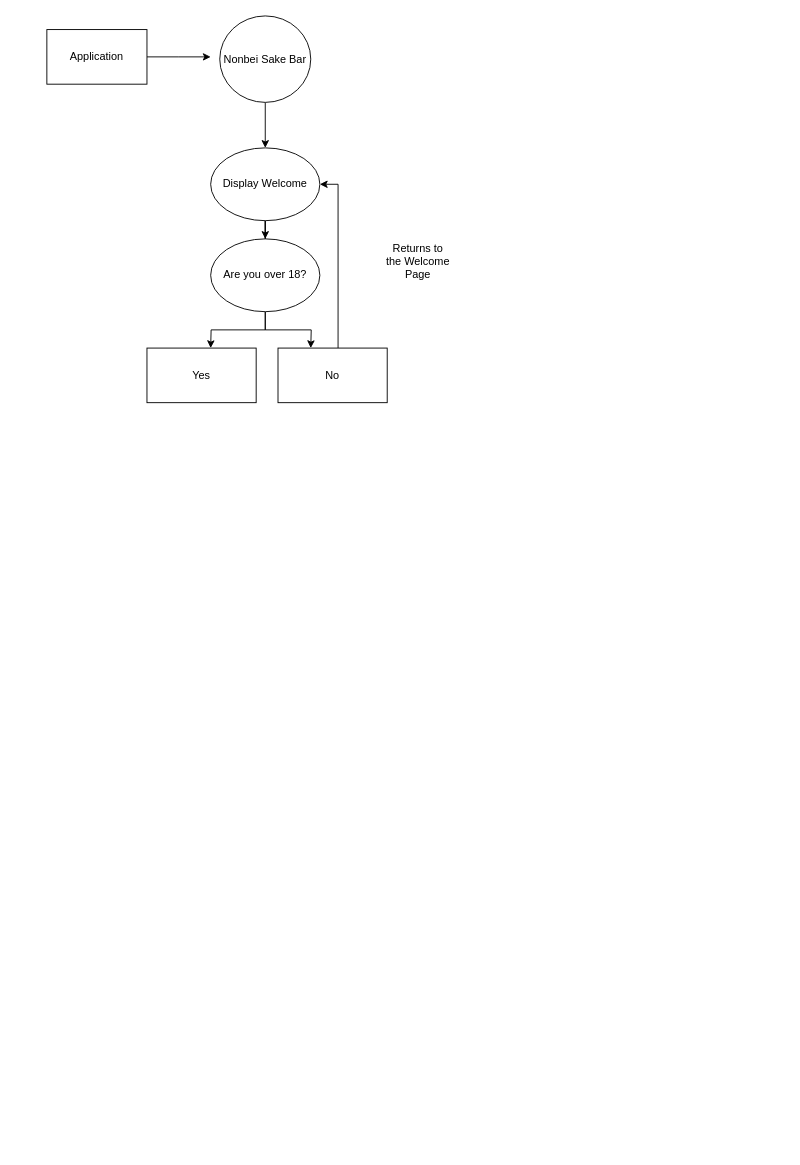
This is nonbei_sake_bar.drawio from mattty-t/nonbei_sake_bar, a draw.io file, before an edit. Source tidied: cells renumbered, new cells numbered last; positions are measured from the earlier drawing's top-left corner, leaving out a move shared by most shapes. Both pictures are drawn from the tidied source at 91%, with x=0, y=0 at pixel (46, 15).
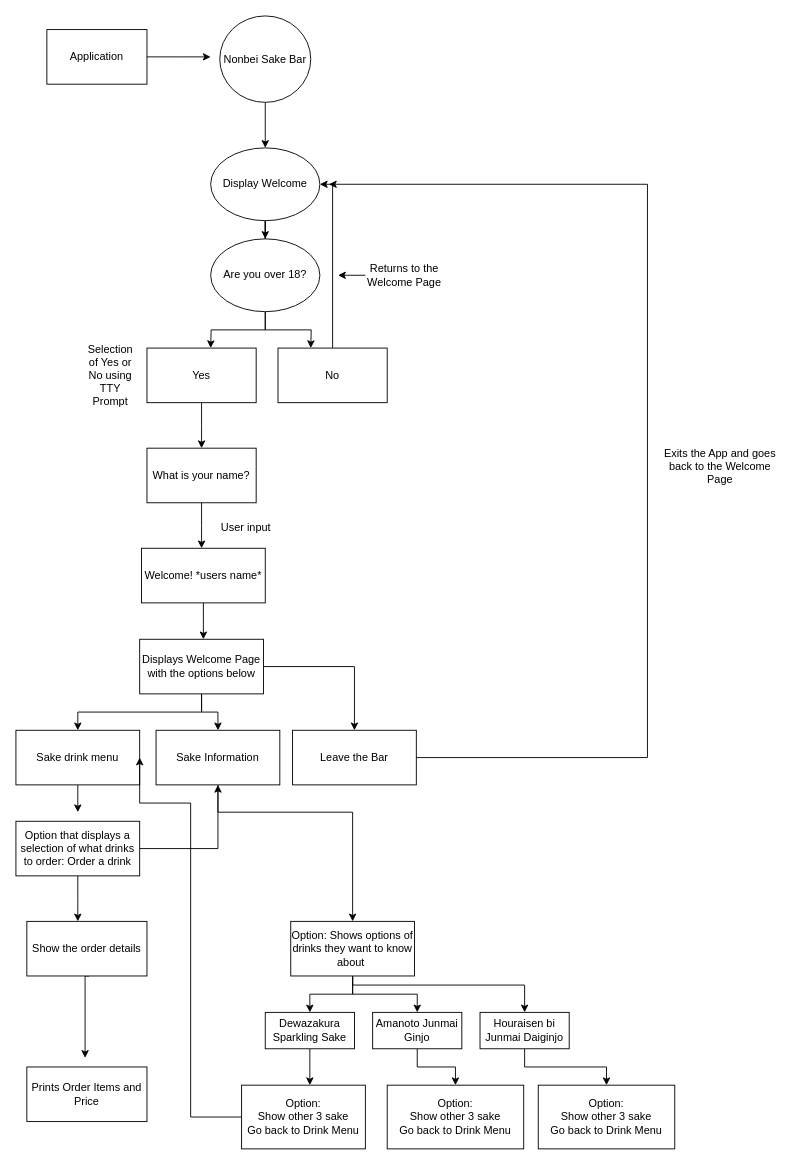
After the change.

Unchanged cells that the change refers to:
```xml
<mxCell id="7" value="Display Welcome" style="ellipse;whiteSpace=wrap;html=1;" parent="1" vertex="1">
  <mxGeometry x="180" y="145" width="120" height="80" as="geometry" />
</mxCell>
<mxCell id="11" value="Yes" style="rounded=0;whiteSpace=wrap;html=1;" parent="1" vertex="1">
  <mxGeometry x="110" y="365" width="120" height="60" as="geometry" />
</mxCell>
<mxCell id="13" value="No" style="rounded=0;whiteSpace=wrap;html=1;" parent="1" vertex="1">
  <mxGeometry x="254" y="365" width="120" height="60" as="geometry" />
</mxCell>
```

The edit, as a diff of the source:
```diff
@@
+    <mxCell id="15" style="edgeStyle=orthogonalEdgeStyle;rounded=0;jettySize=auto;html=1;" parent="1" edge="1" source="11">
+      <mxGeometry relative="1" as="geometry">
+        <mxPoint x="170" y="475" as="targetPoint" />
+      </mxGeometry>
+    </mxCell>
@@
-    <mxCell id="12" style="edgeStyle=orthogonalEdgeStyle;rounded=0;jettySize=auto;html=1;entryX=1;entryY=0.5;entryDx=0;entryDy=0;" parent="1" edge="1" source="13" target="7">
+    <mxCell id="12" style="edgeStyle=orthogonalEdgeStyle;rounded=0;jettySize=auto;html=1;" parent="1" edge="1" source="13" target="7">
       <mxGeometry relative="1" as="geometry">
         <Array as="points">
-          <mxPoint x="320" y="185" />
+          <mxPoint x="314" y="185" />
         </Array>
       </mxGeometry>
     </mxCell>
@@
+    <mxCell id="16" style="edgeStyle=orthogonalEdgeStyle;rounded=0;jettySize=auto;html=1;" parent="1" edge="1" source="14">
+      <mxGeometry relative="1" as="geometry">
+        <mxPoint x="320" y="285" as="targetPoint" />
+      </mxGeometry>
+    </mxCell>
     <mxCell id="14" value="Returns to the Welcome Page" style="text;html=1;strokeColor=none;fillColor=none;align=center;verticalAlign=middle;whiteSpace=wrap;rounded=0;" parent="1" vertex="1">
-      <mxGeometry x="370" y="255" width="76" height="30" as="geometry" />
+      <mxGeometry x="350" y="270" width="86" height="30" as="geometry" />
     </mxCell>
+    <mxCell id="17" style="edgeStyle=orthogonalEdgeStyle;rounded=0;jettySize=auto;html=1;" parent="1" edge="1" source="18">
+      <mxGeometry relative="1" as="geometry">
+        <mxPoint x="170" y="585" as="targetPoint" />
+      </mxGeometry>
+    </mxCell>
+    <mxCell id="18" value="What is your name?" style="rounded=0;whiteSpace=wrap;html=1;" parent="1" vertex="1">
+      <mxGeometry x="110" y="475" width="120" height="60" as="geometry" />
+    </mxCell>
+    <mxCell id="19" style="edgeStyle=orthogonalEdgeStyle;rounded=0;jettySize=auto;html=1;" parent="1" edge="1" source="20">
+      <mxGeometry relative="1" as="geometry">
+        <mxPoint x="172" y="685" as="targetPoint" />
+      </mxGeometry>
+    </mxCell>
+    <mxCell id="20" value="Welcome! *users name*" style="rounded=0;whiteSpace=wrap;html=1;" parent="1" vertex="1">
+      <mxGeometry x="104" y="585" width="136" height="60" as="geometry" />
+    </mxCell>
+    <mxCell id="21" style="edgeStyle=orthogonalEdgeStyle;rounded=0;jettySize=auto;html=1;entryX=0.5;entryY=0;entryDx=0;entryDy=0;" parent="1" edge="1" source="24" target="26">
+      <mxGeometry relative="1" as="geometry" />
+    </mxCell>
+    <mxCell id="22" style="edgeStyle=orthogonalEdgeStyle;rounded=0;jettySize=auto;html=1;entryX=0.5;entryY=0;entryDx=0;entryDy=0;" parent="1" edge="1" source="24" target="28">
+      <mxGeometry relative="1" as="geometry" />
+    </mxCell>
+    <mxCell id="23" style="edgeStyle=orthogonalEdgeStyle;rounded=0;jettySize=auto;html=1;" parent="1" edge="1" source="24" target="30">
+      <mxGeometry relative="1" as="geometry" />
+    </mxCell>
+    <mxCell id="24" value="Displays Welcome Page with the options below" style="rounded=0;whiteSpace=wrap;html=1;" parent="1" vertex="1">
+      <mxGeometry x="102" y="685" width="136" height="60" as="geometry" />
+    </mxCell>
+    <mxCell id="25" style="edgeStyle=orthogonalEdgeStyle;rounded=0;jettySize=auto;html=1;" parent="1" edge="1" source="26">
+      <mxGeometry relative="1" as="geometry">
+        <mxPoint x="34" y="875" as="targetPoint" />
+      </mxGeometry>
+    </mxCell>
+    <mxCell id="26" value="Sake drink menu" style="rounded=0;whiteSpace=wrap;html=1;" parent="1" vertex="1">
+      <mxGeometry x="-34" y="785" width="136" height="60" as="geometry" />
+    </mxCell>
+    <mxCell id="27" style="edgeStyle=orthogonalEdgeStyle;rounded=0;jettySize=auto;html=1;entryX=0.5;entryY=0;entryDx=0;entryDy=0;" parent="1" edge="1" source="28" target="42">
+      <mxGeometry relative="1" as="geometry">
+        <Array as="points">
+          <mxPoint x="188" y="875" />
+          <mxPoint x="336" y="875" />
+        </Array>
+      </mxGeometry>
+    </mxCell>
+    <mxCell id="28" value="Sake Information" style="rounded=0;whiteSpace=wrap;html=1;" parent="1" vertex="1">
+      <mxGeometry x="120" y="785" width="136" height="60" as="geometry" />
+    </mxCell>
+    <mxCell id="29" style="edgeStyle=orthogonalEdgeStyle;rounded=0;jettySize=auto;html=1;" parent="1" edge="1" source="30">
+      <mxGeometry relative="1" as="geometry">
+        <mxPoint x="310" y="185" as="targetPoint" />
+        <Array as="points">
+          <mxPoint x="660" y="815" />
+          <mxPoint x="660" y="185" />
+        </Array>
+      </mxGeometry>
+    </mxCell>
+    <mxCell id="30" value="Leave the Bar" style="rounded=0;whiteSpace=wrap;html=1;" parent="1" vertex="1">
+      <mxGeometry x="270" y="785" width="136" height="60" as="geometry" />
+    </mxCell>
+    <mxCell id="31" value="User input" style="text;html=1;strokeColor=none;fillColor=none;align=center;verticalAlign=middle;whiteSpace=wrap;rounded=0;" parent="1" vertex="1">
+      <mxGeometry x="184" y="543" width="70" height="40" as="geometry" />
+    </mxCell>
+    <mxCell id="32" value="Selection of Yes or No using TTY Prompt" style="text;html=1;strokeColor=none;fillColor=none;align=center;verticalAlign=middle;whiteSpace=wrap;rounded=0;" parent="1" vertex="1">
+      <mxGeometry x="50" y="385" width="40" height="20" as="geometry" />
+    </mxCell>
+    <mxCell id="33" value="Exits the App and goes back to the Welcome Page" style="text;html=1;strokeColor=none;fillColor=none;align=center;verticalAlign=middle;whiteSpace=wrap;rounded=0;" parent="1" vertex="1">
+      <mxGeometry x="670" y="475" width="140" height="40" as="geometry" />
+    </mxCell>
+    <mxCell id="34" style="edgeStyle=orthogonalEdgeStyle;rounded=0;jettySize=auto;html=1;" parent="1" edge="1" source="36">
+      <mxGeometry relative="1" as="geometry">
+        <mxPoint x="34" y="995" as="targetPoint" />
+      </mxGeometry>
+    </mxCell>
+    <mxCell id="35" style="edgeStyle=orthogonalEdgeStyle;rounded=0;jettySize=auto;html=1;entryX=0.5;entryY=1;entryDx=0;entryDy=0;" parent="1" edge="1" source="36" target="28">
+      <mxGeometry relative="1" as="geometry" />
+    </mxCell>
+    <mxCell id="36" value="Option that displays a selection of what drinks to order: Order a drink" style="rounded=0;whiteSpace=wrap;html=1;" parent="1" vertex="1">
+      <mxGeometry x="-34" y="885" width="136" height="60" as="geometry" />
+    </mxCell>
+    <mxCell id="37" style="edgeStyle=orthogonalEdgeStyle;rounded=0;orthogonalLoop=1;jettySize=auto;html=1;" parent="1" edge="1">
+      <mxGeometry relative="1" as="geometry">
+        <mxPoint x="46.5" y="1055" as="sourcePoint" />
+        <mxPoint x="42" y="1145" as="targetPoint" />
+        <Array as="points">
+          <mxPoint x="42" y="1055" />
+        </Array>
+      </mxGeometry>
+    </mxCell>
+    <mxCell id="38" value="Show the order details" style="rounded=0;whiteSpace=wrap;html=1;" parent="1" vertex="1">
+      <mxGeometry x="-22" y="995" width="132" height="60" as="geometry" />
+    </mxCell>
+    <mxCell id="39" style="edgeStyle=orthogonalEdgeStyle;rounded=0;jettySize=auto;html=1;entryX=0.5;entryY=0;entryDx=0;entryDy=0;" parent="1" edge="1" source="42" target="44">
+      <mxGeometry relative="1" as="geometry" />
+    </mxCell>
+    <mxCell id="40" style="edgeStyle=orthogonalEdgeStyle;rounded=0;jettySize=auto;html=1;entryX=0.5;entryY=0;entryDx=0;entryDy=0;" parent="1" edge="1" source="42" target="46">
+      <mxGeometry relative="1" as="geometry" />
+    </mxCell>
+    <mxCell id="41" style="edgeStyle=orthogonalEdgeStyle;rounded=0;jettySize=auto;html=1;entryX=0.5;entryY=0;entryDx=0;entryDy=0;" parent="1" edge="1" source="42" target="48">
+      <mxGeometry relative="1" as="geometry">
+        <Array as="points">
+          <mxPoint x="336" y="1065" />
+          <mxPoint x="525" y="1065" />
+        </Array>
+      </mxGeometry>
+    </mxCell>
+    <mxCell id="42" value="Option: Shows options of drinks they want to know about&amp;nbsp;" style="rounded=0;whiteSpace=wrap;html=1;" parent="1" vertex="1">
+      <mxGeometry x="268" y="995" width="136" height="60" as="geometry" />
+    </mxCell>
+    <mxCell id="43" style="edgeStyle=orthogonalEdgeStyle;rounded=0;jettySize=auto;html=1;" parent="1" edge="1" source="44">
+      <mxGeometry relative="1" as="geometry">
+        <mxPoint x="289" y="1175" as="targetPoint" />
+      </mxGeometry>
+    </mxCell>
+    <mxCell id="44" value="Dewazakura Sparkling Sake" style="rounded=0;whiteSpace=wrap;html=1;" parent="1" vertex="1">
+      <mxGeometry x="240" y="1095" width="98" height="40" as="geometry" />
+    </mxCell>
+    <mxCell id="45" style="edgeStyle=orthogonalEdgeStyle;rounded=0;jettySize=auto;html=1;entryX=0.5;entryY=0;entryDx=0;entryDy=0;" parent="1" edge="1" source="46" target="51">
+      <mxGeometry relative="1" as="geometry" />
+    </mxCell>
+    <mxCell id="46" value="Amanoto Junmai Ginjo" style="rounded=0;whiteSpace=wrap;html=1;" parent="1" vertex="1">
+      <mxGeometry x="358" y="1095" width="98" height="40" as="geometry" />
+    </mxCell>
+    <mxCell id="47" style="edgeStyle=orthogonalEdgeStyle;rounded=0;jettySize=auto;html=1;entryX=0.5;entryY=0;entryDx=0;entryDy=0;" parent="1" edge="1" source="48" target="52">
+      <mxGeometry relative="1" as="geometry" />
+    </mxCell>
+    <mxCell id="48" value="Houraisen bi Junmai Daiginjo" style="rounded=0;whiteSpace=wrap;html=1;" parent="1" vertex="1">
+      <mxGeometry x="476" y="1095" width="98" height="40" as="geometry" />
+    </mxCell>
+    <mxCell id="49" style="edgeStyle=orthogonalEdgeStyle;rounded=0;jettySize=auto;html=1;entryX=1;entryY=0.5;entryDx=0;entryDy=0;" parent="1" edge="1" source="50" target="26">
+      <mxGeometry relative="1" as="geometry">
+        <Array as="points">
+          <mxPoint x="158" y="1210" />
+          <mxPoint x="158" y="865" />
+          <mxPoint x="102" y="865" />
+        </Array>
+      </mxGeometry>
+    </mxCell>
+    <mxCell id="50" value="Option:&lt;br&gt;Show other 3 sake&lt;br&gt;Go back to Drink Menu" style="rounded=0;whiteSpace=wrap;html=1;" parent="1" vertex="1">
+      <mxGeometry x="214" y="1175" width="136" height="70" as="geometry" />
+    </mxCell>
+    <mxCell id="51" value="Option:&lt;br&gt;Show other 3 sake&lt;br&gt;Go back to Drink Menu" style="rounded=0;whiteSpace=wrap;html=1;" parent="1" vertex="1">
+      <mxGeometry x="374" y="1175" width="150" height="70" as="geometry" />
+    </mxCell>
+    <mxCell id="52" value="Option:&lt;br&gt;Show other 3 sake&lt;br&gt;Go back to Drink Menu" style="rounded=0;whiteSpace=wrap;html=1;" parent="1" vertex="1">
+      <mxGeometry x="540" y="1175" width="150" height="70" as="geometry" />
+    </mxCell>
+    <mxCell id="53" value="Prints Order Items and Price" style="rounded=0;whiteSpace=wrap;html=1;" parent="1" vertex="1">
+      <mxGeometry x="-22" y="1155" width="132" height="60" as="geometry" />
+    </mxCell>
```
